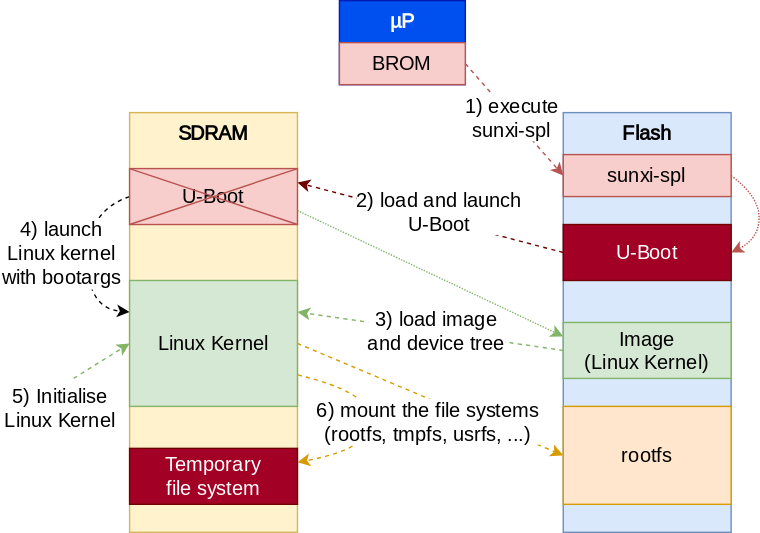
Earlier version of the draw.io export docs/lecture/environnement/img/bootloader/boot.drawio.svg (mse-csel/website). Source tidied: cells renumbered, new cells last; positions are measured from the earlier drawing's top-left corner, leaving out a move shared by most shapes. The source it was exported from:
```xml
<mxGraphModel>
  <root>
    <mxCell id="0" />
    <mxCell id="1" parent="0" />
    <mxCell id="2" value="&lt;b style=&quot;font-size: 14px;&quot;&gt;Flash&lt;/b&gt;" style="rounded=0;whiteSpace=wrap;html=1;align=center;verticalAlign=top;fillColor=#dae8fc;strokeColor=#6c8ebf;fontFamily=Roboto;fontSource=https%3A%2F%2Ffonts.googleapis.com%2Fcss%3Ffamily%3DRoboto;fontSize=14;" parent="1" vertex="1">
      <mxGeometry x="350" y="80" width="120" height="300" as="geometry" />
    </mxCell>
    <mxCell id="3" value="&lt;b style=&quot;font-size: 14px;&quot;&gt;SDRAM&lt;/b&gt;" style="rounded=0;whiteSpace=wrap;html=1;verticalAlign=top;fillColor=#fff2cc;strokeColor=#d6b656;fontFamily=Roboto;fontSource=https%3A%2F%2Ffonts.googleapis.com%2Fcss%3Ffamily%3DRoboto;fontSize=14;" parent="1" vertex="1">
      <mxGeometry x="40" y="80" width="120" height="300" as="geometry" />
    </mxCell>
    <mxCell id="4" style="edgeStyle=none;html=1;exitX=1;exitY=0.5;exitDx=0;exitDy=0;entryX=1;entryY=0.5;entryDx=0;entryDy=0;curved=1;dashed=1;fillColor=#f8cecc;strokeColor=#b85450;dashPattern=1 1;fontFamily=Roboto;fontSource=https%3A%2F%2Ffonts.googleapis.com%2Fcss%3Ffamily%3DRoboto;fontSize=14;" parent="1" edge="1" source="5" target="8">
      <mxGeometry relative="1" as="geometry">
        <Array as="points">
          <mxPoint x="490" y="140" />
          <mxPoint x="490" y="170" />
        </Array>
      </mxGeometry>
    </mxCell>
    <mxCell id="5" value="sunxi-spl" style="rounded=0;whiteSpace=wrap;html=1;fillColor=#f8cecc;strokeColor=#b85450;fontFamily=Roboto;fontSource=https%3A%2F%2Ffonts.googleapis.com%2Fcss%3Ffamily%3DRoboto;fontSize=14;" parent="1" vertex="1">
      <mxGeometry x="350" y="110" width="120" height="30" as="geometry" />
    </mxCell>
    <mxCell id="6" style="edgeStyle=none;curved=1;html=1;exitX=0;exitY=0.5;exitDx=0;exitDy=0;entryX=1;entryY=0.25;entryDx=0;entryDy=0;fillColor=#a20025;strokeColor=#6F0000;dashed=1;fontFamily=Roboto;fontSource=https%3A%2F%2Ffonts.googleapis.com%2Fcss%3Ffamily%3DRoboto;fontSize=14;" parent="1" edge="1" source="8" target="16">
      <mxGeometry relative="1" as="geometry" />
    </mxCell>
    <mxCell id="7" value="2) load and launch&lt;br style=&quot;font-size: 14px;&quot;&gt;U-Boot" style="edgeLabel;html=1;align=center;verticalAlign=middle;fontFamily=Roboto;fontSource=https%3A%2F%2Ffonts.googleapis.com%2Fcss%3Ffamily%3DRoboto;fontSize=14;" parent="6" vertex="1">
      <mxGeometry x="-0.25" y="-3" relative="1" as="geometry">
        <mxPoint x="-19" y="-8" as="offset" />
      </mxGeometry>
    </mxCell>
    <mxCell id="8" value="U-Boot" style="rounded=0;whiteSpace=wrap;html=1;fillColor=#a20025;strokeColor=#6F0000;fontColor=#ffffff;fontFamily=Roboto;fontSource=https%3A%2F%2Ffonts.googleapis.com%2Fcss%3Ffamily%3DRoboto;fontSize=14;" parent="1" vertex="1">
      <mxGeometry x="350" y="160" width="120" height="40" as="geometry" />
    </mxCell>
    <mxCell id="9" style="edgeStyle=none;curved=1;html=1;exitX=0;exitY=0.5;exitDx=0;exitDy=0;entryX=1;entryY=0.25;entryDx=0;entryDy=0;fillColor=#d5e8d4;strokeColor=#82b366;dashed=1;fontFamily=Roboto;fontSource=https%3A%2F%2Ffonts.googleapis.com%2Fcss%3Ffamily%3DRoboto;fontSize=14;" parent="1" edge="1" source="11" target="22">
      <mxGeometry relative="1" as="geometry" />
    </mxCell>
    <mxCell id="10" value="3) load image&lt;br style=&quot;font-size: 14px;&quot;&gt;and device tree" style="edgeLabel;html=1;align=center;verticalAlign=middle;fontFamily=Roboto;fontSource=https%3A%2F%2Ffonts.googleapis.com%2Fcss%3Ffamily%3DRoboto;fontSize=14;" parent="9" vertex="1">
      <mxGeometry x="-0.04" y="-1" relative="1" as="geometry" />
    </mxCell>
    <mxCell id="11" value="Image&lt;br style=&quot;font-size: 14px;&quot;&gt;(Linux Kernel)" style="rounded=0;whiteSpace=wrap;html=1;fillColor=#d5e8d4;strokeColor=#82b366;fontFamily=Roboto;fontSource=https%3A%2F%2Ffonts.googleapis.com%2Fcss%3Ffamily%3DRoboto;fontSize=14;" parent="1" vertex="1">
      <mxGeometry x="350" y="230" width="120" height="40" as="geometry" />
    </mxCell>
    <mxCell id="12" value="rootfs" style="rounded=0;whiteSpace=wrap;html=1;fillColor=#ffe6cc;strokeColor=#d79b00;fontFamily=Roboto;fontSource=https%3A%2F%2Ffonts.googleapis.com%2Fcss%3Ffamily%3DRoboto;fontSize=14;" parent="1" vertex="1">
      <mxGeometry x="350" y="290" width="120" height="70" as="geometry" />
    </mxCell>
    <mxCell id="13" style="edgeStyle=none;curved=1;html=1;exitX=1;exitY=0.75;exitDx=0;exitDy=0;entryX=0;entryY=0.25;entryDx=0;entryDy=0;dashed=1;fillColor=#d5e8d4;strokeColor=#82b366;dashPattern=1 1;fontFamily=Roboto;fontSource=https%3A%2F%2Ffonts.googleapis.com%2Fcss%3Ffamily%3DRoboto;fontSize=14;" parent="1" edge="1" source="16" target="11">
      <mxGeometry relative="1" as="geometry" />
    </mxCell>
    <mxCell id="14" style="edgeStyle=none;curved=1;html=1;exitX=0;exitY=0.5;exitDx=0;exitDy=0;entryX=0;entryY=0.25;entryDx=0;entryDy=0;dashed=1;fontFamily=Roboto;fontSource=https%3A%2F%2Ffonts.googleapis.com%2Fcss%3Ffamily%3DRoboto;fontSize=14;" parent="1" edge="1" source="16" target="22">
      <mxGeometry relative="1" as="geometry">
        <Array as="points">
          <mxPoint x="10" y="150" />
          <mxPoint x="10" y="220" />
        </Array>
      </mxGeometry>
    </mxCell>
    <mxCell id="15" value="4) launch&lt;br style=&quot;font-size: 14px;&quot;&gt;Linux kernel&lt;br style=&quot;font-size: 14px;&quot;&gt;with bootargs" style="edgeLabel;html=1;align=center;verticalAlign=middle;fontFamily=Roboto;fontSource=https%3A%2F%2Ffonts.googleapis.com%2Fcss%3Ffamily%3DRoboto;fontSize=14;" parent="14" vertex="1">
      <mxGeometry x="-0.21" y="1" relative="1" as="geometry">
        <mxPoint x="-21" y="10" as="offset" />
      </mxGeometry>
    </mxCell>
    <mxCell id="16" value="U-Boot" style="rounded=0;whiteSpace=wrap;html=1;fillColor=#f8cecc;strokeColor=#b85450;fontFamily=Roboto;fontSource=https%3A%2F%2Ffonts.googleapis.com%2Fcss%3Ffamily%3DRoboto;fontSize=14;" parent="1" vertex="1">
      <mxGeometry x="40" y="120" width="120" height="40" as="geometry" />
    </mxCell>
    <mxCell id="17" style="endArrow=none;html=1;exitX=0;exitY=1;exitDx=0;exitDy=0;entryX=1;entryY=0;entryDx=0;entryDy=0;fillColor=#f8cecc;strokeColor=#b85450;fontFamily=Roboto;fontSource=https%3A%2F%2Ffonts.googleapis.com%2Fcss%3Ffamily%3DRoboto;fontSize=14;" parent="1" edge="1" source="16" target="16">
      <mxGeometry relative="1" as="geometry" />
    </mxCell>
    <mxCell id="18" style="endArrow=none;html=1;exitX=1;exitY=1;exitDx=0;exitDy=0;entryX=0;entryY=0;entryDx=0;entryDy=0;fillColor=#f8cecc;strokeColor=#b85450;fontFamily=Roboto;fontSource=https%3A%2F%2Ffonts.googleapis.com%2Fcss%3Ffamily%3DRoboto;fontSize=14;" parent="1" edge="1" source="16" target="16">
      <mxGeometry relative="1" as="geometry" />
    </mxCell>
    <mxCell id="19" style="edgeStyle=none;curved=1;html=1;exitX=1;exitY=0.75;exitDx=0;exitDy=0;entryX=1;entryY=0.25;entryDx=0;entryDy=0;fillColor=#ffe6cc;strokeColor=#d79b00;dashed=1;fontFamily=Roboto;fontSource=https%3A%2F%2Ffonts.googleapis.com%2Fcss%3Ffamily%3DRoboto;fontSize=14;" parent="1" edge="1" source="22" target="23">
      <mxGeometry relative="1" as="geometry">
        <Array as="points">
          <mxPoint x="213" y="280" />
          <mxPoint x="213" y="320" />
        </Array>
      </mxGeometry>
    </mxCell>
    <mxCell id="20" style="edgeStyle=none;curved=1;html=1;exitX=1;exitY=0.5;exitDx=0;exitDy=0;entryX=0;entryY=0.5;entryDx=0;entryDy=0;fillColor=#ffe6cc;strokeColor=#d79b00;dashed=1;fontFamily=Roboto;fontSource=https%3A%2F%2Ffonts.googleapis.com%2Fcss%3Ffamily%3DRoboto;fontSize=14;" parent="1" edge="1" source="22" target="12">
      <mxGeometry relative="1" as="geometry" />
    </mxCell>
    <mxCell id="21" value="6) mount the file systems&lt;br style=&quot;font-size: 14px;&quot;&gt;(rootfs, tmpfs, usrfs, ...)" style="edgeLabel;html=1;align=center;verticalAlign=middle;fontFamily=Roboto;fontSource=https%3A%2F%2Ffonts.googleapis.com%2Fcss%3Ffamily%3DRoboto;fontSize=14;" parent="20" vertex="1">
      <mxGeometry x="0.31" relative="1" as="geometry">
        <mxPoint x="-32" y="3" as="offset" />
      </mxGeometry>
    </mxCell>
    <mxCell id="22" value="Linux Kernel" style="rounded=0;whiteSpace=wrap;html=1;fillColor=#d5e8d4;strokeColor=#82b366;fontFamily=Roboto;fontSource=https%3A%2F%2Ffonts.googleapis.com%2Fcss%3Ffamily%3DRoboto;fontSize=14;" parent="1" vertex="1">
      <mxGeometry x="40" y="200" width="120" height="90" as="geometry" />
    </mxCell>
    <mxCell id="23" value="Temporary&lt;br style=&quot;font-size: 14px;&quot;&gt;file system" style="rounded=0;whiteSpace=wrap;html=1;fillColor=#a20025;strokeColor=#6F0000;fontColor=#ffffff;fontFamily=Roboto;fontSource=https%3A%2F%2Ffonts.googleapis.com%2Fcss%3Ffamily%3DRoboto;fontSize=14;" parent="1" vertex="1">
      <mxGeometry x="40" y="320" width="120" height="40" as="geometry" />
    </mxCell>
    <mxCell id="24" value="&lt;b style=&quot;font-size: 14px;&quot;&gt;µP&lt;/b&gt;" style="rounded=0;whiteSpace=wrap;html=1;verticalAlign=top;fillColor=#0050ef;fontColor=#ffffff;strokeColor=#001DBC;fontFamily=Roboto;fontSource=https%3A%2F%2Ffonts.googleapis.com%2Fcss%3Ffamily%3DRoboto;fontSize=14;" parent="1" vertex="1">
      <mxGeometry x="190" width="90" height="60" as="geometry" />
    </mxCell>
    <mxCell id="25" value="BROM" style="rounded=0;whiteSpace=wrap;html=1;fillColor=#f8cecc;strokeColor=#b85450;fontFamily=Roboto;fontSource=https%3A%2F%2Ffonts.googleapis.com%2Fcss%3Ffamily%3DRoboto;fontSize=14;" parent="1" vertex="1">
      <mxGeometry x="190" y="30" width="90" height="30" as="geometry" />
    </mxCell>
    <mxCell id="26" style="endArrow=classic;html=1;exitX=1;exitY=0.5;exitDx=0;exitDy=0;entryX=0;entryY=0.5;entryDx=0;entryDy=0;fillColor=#f8cecc;strokeColor=#b85450;dashed=1;fontFamily=Roboto;fontSource=https%3A%2F%2Ffonts.googleapis.com%2Fcss%3Ffamily%3DRoboto;fontSize=14;" parent="1" edge="1" source="25" target="5">
      <mxGeometry relative="1" as="geometry" />
    </mxCell>
    <mxCell id="27" value="1) execute&lt;br style=&quot;font-size: 14px;&quot;&gt;sunxi-spl" style="edgeLabel;html=1;align=center;verticalAlign=middle;fontFamily=Roboto;fontSource=https%3A%2F%2Ffonts.googleapis.com%2Fcss%3Ffamily%3DRoboto;fontSize=14;" parent="26" vertex="1">
      <mxGeometry x="-0.06" y="-2" relative="1" as="geometry">
        <mxPoint x="1" as="offset" />
      </mxGeometry>
    </mxCell>
    <mxCell id="28" style="endArrow=classic;html=1;dashed=1;curved=1;entryX=0;entryY=0.5;entryDx=0;entryDy=0;fillColor=#d5e8d4;strokeColor=#82b366;fontFamily=Roboto;fontSource=https%3A%2F%2Ffonts.googleapis.com%2Fcss%3Ffamily%3DRoboto;fontSize=14;" parent="1" edge="1" target="22">
      <mxGeometry relative="1" as="geometry">
        <mxPoint y="270" as="sourcePoint" />
      </mxGeometry>
    </mxCell>
    <mxCell id="29" value="5) Initialise&lt;br style=&quot;font-size: 14px;&quot;&gt;Linux Kernel" style="edgeLabel;html=1;align=center;verticalAlign=middle;fontFamily=Roboto;fontSource=https%3A%2F%2Ffonts.googleapis.com%2Fcss%3Ffamily%3DRoboto;fontSize=14;" parent="28" vertex="1">
      <mxGeometry x="-0.48" y="-2" relative="1" as="geometry">
        <mxPoint x="-22" y="25" as="offset" />
      </mxGeometry>
    </mxCell>
  </root>
</mxGraphModel>
```
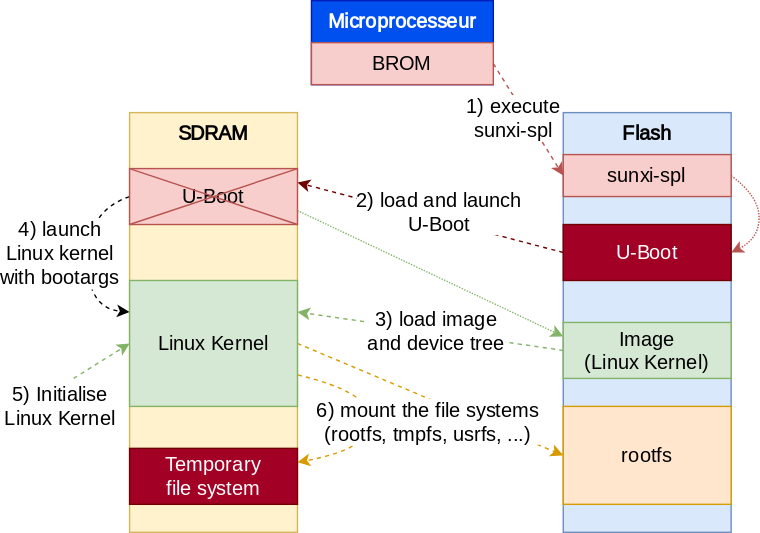
Later version of the same file.

What changed in the source:
```diff
@@ -89,18 +89,18 @@
     <mxCell id="23" value="Temporary&lt;br style=&quot;font-size: 14px;&quot;&gt;file system" style="rounded=0;whiteSpace=wrap;html=1;fillColor=#a20025;strokeColor=#6F0000;fontColor=#ffffff;fontFamily=Roboto;fontSource=https%3A%2F%2Ffonts.googleapis.com%2Fcss%3Ffamily%3DRoboto;fontSize=14;" parent="1" vertex="1">
       <mxGeometry x="40" y="320" width="120" height="40" as="geometry" />
     </mxCell>
-    <mxCell id="24" value="&lt;b style=&quot;font-size: 14px;&quot;&gt;µP&lt;/b&gt;" style="rounded=0;whiteSpace=wrap;html=1;verticalAlign=top;fillColor=#0050ef;fontColor=#ffffff;strokeColor=#001DBC;fontFamily=Roboto;fontSource=https%3A%2F%2Ffonts.googleapis.com%2Fcss%3Ffamily%3DRoboto;fontSize=14;" parent="1" vertex="1">
-      <mxGeometry x="190" width="90" height="60" as="geometry" />
+    <mxCell id="24" value="&lt;b style=&quot;font-size: 14px;&quot;&gt;Microprocesseur&lt;/b&gt;" style="rounded=0;whiteSpace=wrap;html=1;verticalAlign=top;fillColor=#0050ef;fontColor=#ffffff;strokeColor=#001DBC;fontFamily=Roboto;fontSource=https%3A%2F%2Ffonts.googleapis.com%2Fcss%3Ffamily%3DRoboto;fontSize=14;" parent="1" vertex="1">
+      <mxGeometry x="170" width="130" height="60" as="geometry" />
     </mxCell>
     <mxCell id="25" value="BROM" style="rounded=0;whiteSpace=wrap;html=1;fillColor=#f8cecc;strokeColor=#b85450;fontFamily=Roboto;fontSource=https%3A%2F%2Ffonts.googleapis.com%2Fcss%3Ffamily%3DRoboto;fontSize=14;" parent="1" vertex="1">
-      <mxGeometry x="190" y="30" width="90" height="30" as="geometry" />
+      <mxGeometry x="170" y="30" width="130" height="30" as="geometry" />
     </mxCell>
     <mxCell id="26" style="endArrow=classic;html=1;exitX=1;exitY=0.5;exitDx=0;exitDy=0;entryX=0;entryY=0.5;entryDx=0;entryDy=0;fillColor=#f8cecc;strokeColor=#b85450;dashed=1;fontFamily=Roboto;fontSource=https%3A%2F%2Ffonts.googleapis.com%2Fcss%3Ffamily%3DRoboto;fontSize=14;" parent="1" edge="1" source="25" target="5">
       <mxGeometry relative="1" as="geometry" />
     </mxCell>
     <mxCell id="27" value="1) execute&lt;br style=&quot;font-size: 14px;&quot;&gt;sunxi-spl" style="edgeLabel;html=1;align=center;verticalAlign=middle;fontFamily=Roboto;fontSource=https%3A%2F%2Ffonts.googleapis.com%2Fcss%3Ffamily%3DRoboto;fontSize=14;" parent="26" vertex="1">
       <mxGeometry x="-0.06" y="-2" relative="1" as="geometry">
-        <mxPoint x="1" as="offset" />
+        <mxPoint x="-8" as="offset" />
       </mxGeometry>
     </mxCell>
     <mxCell id="28" style="endArrow=classic;html=1;dashed=1;curved=1;entryX=0;entryY=0.5;entryDx=0;entryDy=0;fillColor=#d5e8d4;strokeColor=#82b366;fontFamily=Roboto;fontSource=https%3A%2F%2Ffonts.googleapis.com%2Fcss%3Ffamily%3DRoboto;fontSize=14;" parent="1" edge="1" target="22">
```
